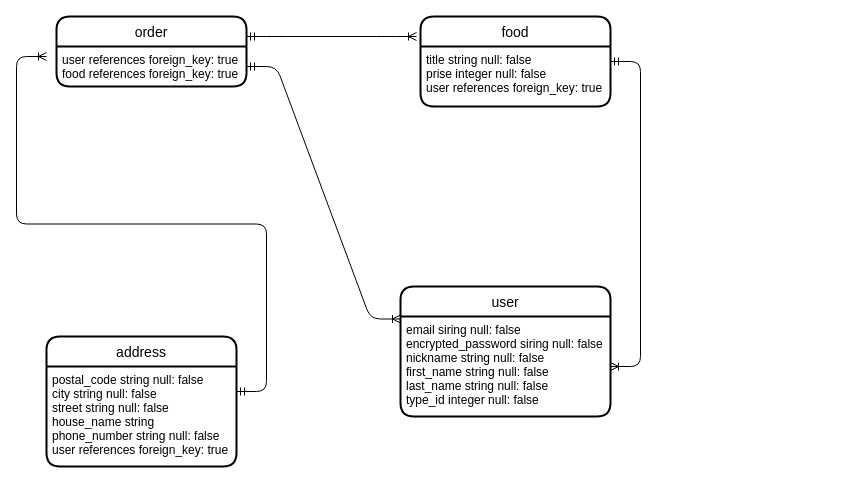
Above: daily.dio in iwatahinata/daily-32045 (draw.io), before the change. Source tidied: cells renumbered, new cells numbered last; positions are measured from the earlier drawing's top-left corner, leaving out a move shared by most shapes. Both pictures are drawn from the tidied source at 100%, with x=0, y=0 at pixel (46, 16).
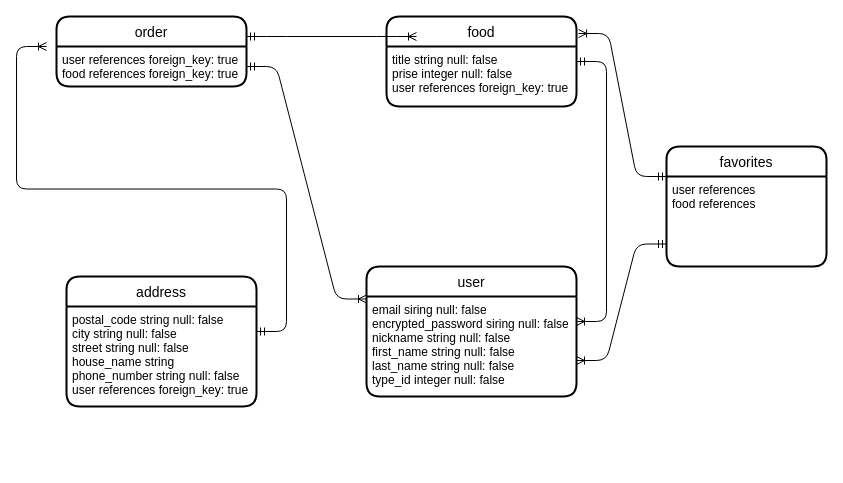
Above is the later version.

Commit message:
dioファイルの修正

The edit, as a diff of the source:
```diff
@@
 <mxGraphModel>
   <root>
     <mxCell id="0" />
     <mxCell id="1" parent="0" />
     <mxCell id="2" value="user" style="swimlane;horizontal=1;startSize=30;rounded=1;fontSize=14;fontStyle=0;strokeWidth=2;shadow=0;dashed=0;align=center;" parent="1" vertex="1">
-      <mxGeometry x="354" y="270" width="210" height="130" as="geometry" />
+      <mxGeometry x="320" y="250" width="210" height="130" as="geometry" />
     </mxCell>
     <mxCell id="3" value="email siring null: false&#10;encrypted_password siring null: false&#10;nickname string null: false&#10;first_name string null: false&#10;last_name string null: false&#10;type_id integer null: false" style="align=left;strokeColor=none;fillColor=none;spacingLeft=4;fontSize=12;verticalAlign=top;" parent="2" vertex="1">
       <mxGeometry y="30" width="210" height="100" as="geometry" />
     </mxCell>
     <mxCell id="4" value="food" style="swimlane;horizontal=1;startSize=30;rounded=1;fontSize=14;fontStyle=0;strokeWidth=2;shadow=0;dashed=0;align=center;" parent="1" vertex="1">
-      <mxGeometry x="374" width="190" height="90" as="geometry" />
+      <mxGeometry x="340" width="190" height="90" as="geometry" />
     </mxCell>
     <mxCell id="5" value="title string null: false&#10;prise integer null: false&#10;user references foreign_key: true" style="align=left;strokeColor=none;fillColor=none;spacingLeft=4;fontSize=12;verticalAlign=top;" parent="4" vertex="1">
       <mxGeometry y="30" width="190" height="60" as="geometry" />
     </mxCell>
     <mxCell id="6" value="address" style="swimlane;horizontal=1;startSize=30;rounded=1;fontSize=14;fontStyle=0;strokeWidth=2;shadow=0;dashed=0;align=center;" parent="1" vertex="1">
-      <mxGeometry y="320" width="190" height="130" as="geometry" />
+      <mxGeometry x="20" y="260" width="190" height="130" as="geometry" />
     </mxCell>
     <mxCell id="7" value="postal_code string null: false&#10;city string null: false&#10;street string null: false&#10;house_name string&#10;phone_number string null: false&#10;user references foreign_key: true&#10;" style="align=left;strokeColor=none;fillColor=none;spacingLeft=4;fontSize=12;verticalAlign=top;" parent="6" vertex="1">
       <mxGeometry y="30" width="190" height="100" as="geometry" />
     </mxCell>
     <mxCell id="8" value="order" style="swimlane;horizontal=1;startSize=30;rounded=1;fontSize=14;fontStyle=0;strokeWidth=2;shadow=0;dashed=0;align=center;" parent="1" vertex="1">
       <mxGeometry x="10" width="190" height="70" as="geometry" />
     </mxCell>
     <mxCell id="9" value="user references foreign_key: true &#10;food references foreign_key: true" style="align=left;strokeColor=none;fillColor=none;spacingLeft=4;fontSize=12;verticalAlign=top;" parent="8" vertex="1">
       <mxGeometry y="30" width="190" height="40" as="geometry" />
     </mxCell>
     <mxCell id="10" style="edgeStyle=entityRelationEdgeStyle;fontSize=12;html=1;endArrow=ERoneToMany;startArrow=ERmandOne;" parent="1" edge="1">
       <mxGeometry relative="1" as="geometry">
         <mxPoint x="200" y="20" as="sourcePoint" />
         <mxPoint x="370" y="20" as="targetPoint" />
       </mxGeometry>
     </mxCell>
-    <mxCell id="11" style="edgeStyle=entityRelationEdgeStyle;fontSize=12;html=1;endArrow=ERoneToMany;startArrow=ERmandOne;entryX=1;entryY=0.5;entryDx=0;entryDy=0;exitX=1;exitY=0.25;exitDx=0;exitDy=0;" parent="1" edge="1" source="5" target="3">
+    <mxCell id="11" style="edgeStyle=entityRelationEdgeStyle;fontSize=12;html=1;endArrow=ERoneToMany;startArrow=ERmandOne;entryX=1;entryY=0.25;entryDx=0;entryDy=0;exitX=1;exitY=0.25;exitDx=0;exitDy=0;" parent="1" edge="1" source="5" target="3">
       <mxGeometry relative="1" as="geometry" />
     </mxCell>
     <mxCell id="12" style="edgeStyle=entityRelationEdgeStyle;fontSize=12;html=1;endArrow=ERoneToMany;startArrow=ERmandOne;entryX=0;entryY=0.25;entryDx=0;entryDy=0;exitX=1;exitY=0.5;exitDx=0;exitDy=0;" parent="1" edge="1" source="9" target="2">
       <mxGeometry relative="1" as="geometry" />
     </mxCell>
     <mxCell id="13" style="edgeStyle=entityRelationEdgeStyle;fontSize=12;html=1;endArrow=ERoneToMany;startArrow=ERmandOne;exitX=1;exitY=0.25;exitDx=0;exitDy=0;" parent="1" edge="1" source="7">
       <mxGeometry relative="1" as="geometry">
-        <mxPoint y="40" as="targetPoint" />
+        <mxPoint y="30" as="targetPoint" />
       </mxGeometry>
     </mxCell>
+    <mxCell id="14" value="favorites" style="swimlane;horizontal=1;startSize=30;rounded=1;fontSize=14;fontStyle=0;strokeWidth=2;shadow=0;dashed=0;align=center;" parent="1" vertex="1">
+      <mxGeometry x="620" y="130" width="160" height="120" as="geometry" />
+    </mxCell>
+    <mxCell id="15" value="user references&#10;food references&#10;" style="align=left;strokeColor=none;fillColor=none;spacingLeft=4;fontSize=12;verticalAlign=top;" parent="14" vertex="1">
+      <mxGeometry y="30" width="160" height="90" as="geometry" />
+    </mxCell>
+    <mxCell id="16" style="edgeStyle=entityRelationEdgeStyle;fontSize=12;html=1;endArrow=ERoneToMany;startArrow=ERmandOne;exitX=0;exitY=0;exitDx=0;exitDy=0;entryX=1.011;entryY=0.189;entryDx=0;entryDy=0;entryPerimeter=0;" parent="1" edge="1" source="15" target="4">
+      <mxGeometry relative="1" as="geometry" />
+    </mxCell>
+    <mxCell id="17" style="edgeStyle=entityRelationEdgeStyle;fontSize=12;html=1;endArrow=ERoneToMany;startArrow=ERmandOne;exitX=0;exitY=0.75;exitDx=0;exitDy=0;entryX=1;entryY=0.64;entryDx=0;entryDy=0;entryPerimeter=0;" parent="1" edge="1" source="15" target="3">
+      <mxGeometry relative="1" as="geometry" />
+    </mxCell>
   </root>
 </mxGraphModel>
```
